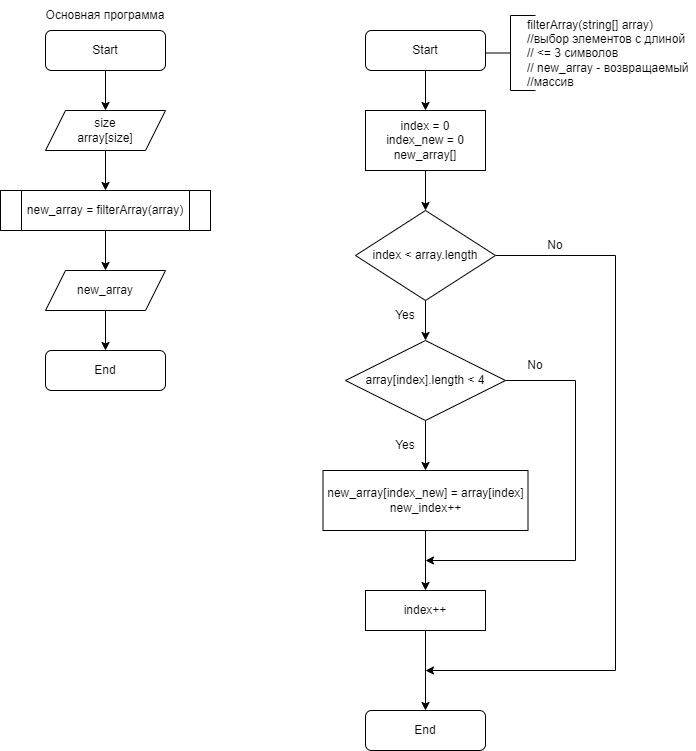
This is array_filter_alogrithm.png from ilkazakovgh/intro_final_work, a draw.io export, as it was before one commit. Source tidied: cells renumbered, new cells last; positions are measured from the earlier drawing's top-left corner, leaving out a move shared by most shapes.
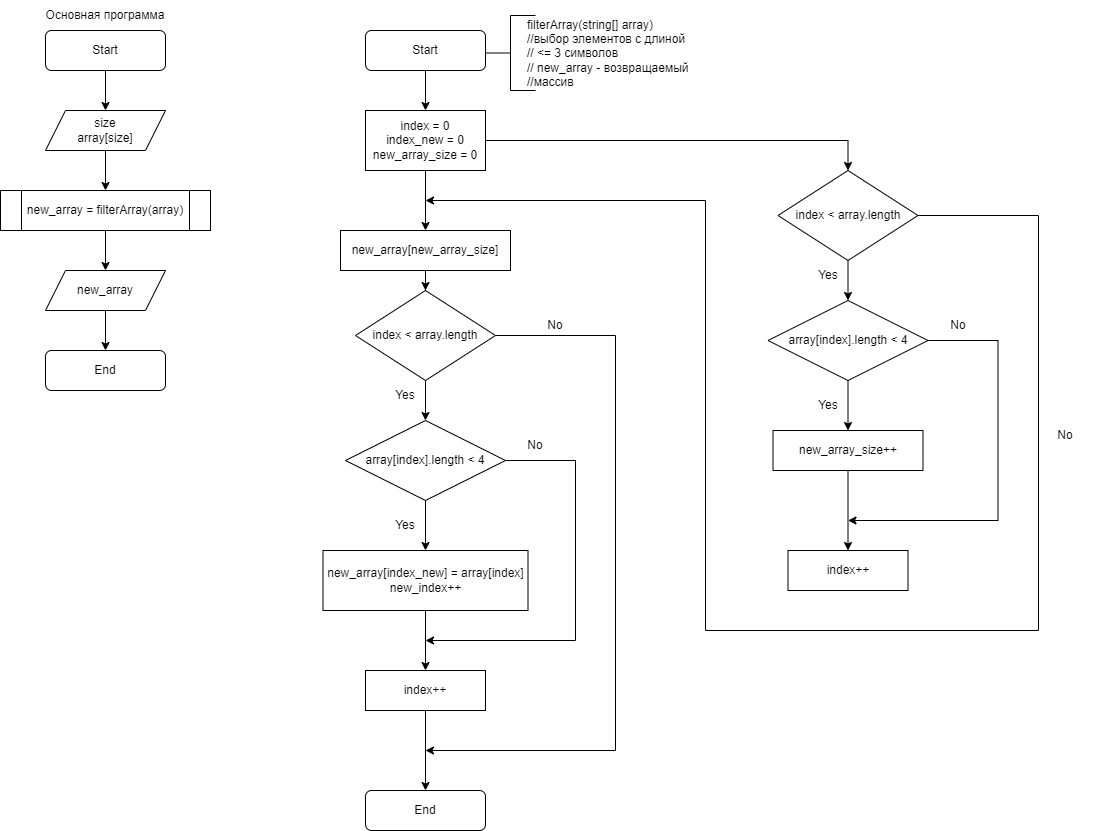
The same diagram one commit later.

Change to the diagram source:
```diff
@@ -42,10 +42,13 @@
     <mxCell id="13" value="Start" style="rounded=1;whiteSpace=wrap;html=1;" parent="1" vertex="1">
       <mxGeometry x="365" y="30" width="120" height="40" as="geometry" />
     </mxCell>
-    <mxCell id="14" style="edgeStyle=orthogonalEdgeStyle;rounded=0;jettySize=auto;html=1;" parent="1" edge="1" source="15" target="20">
+    <mxCell id="14" style="edgeStyle=orthogonalEdgeStyle;rounded=0;jettySize=auto;html=1;entryX=0.5;entryY=0;entryDx=0;entryDy=0;" parent="1" edge="1" source="15" target="36">
       <mxGeometry relative="1" as="geometry" />
     </mxCell>
+    <mxCell id="33" style="edgeStyle=orthogonalEdgeStyle;rounded=0;jettySize=auto;html=1;" parent="1" edge="1" source="15" target="48">
+      <mxGeometry relative="1" as="geometry" />
+    </mxCell>
-    <mxCell id="15" value="index = 0&lt;br&gt;index_new = 0&lt;br&gt;new_array[]" style="rounded=0;whiteSpace=wrap;html=1;" parent="1" vertex="1">
+    <mxCell id="15" value="index = 0&lt;br&gt;index_new = 0&lt;br&gt;new_array_size = 0" style="rounded=0;whiteSpace=wrap;html=1;" parent="1" vertex="1">
       <mxGeometry x="365" y="110" width="120" height="60" as="geometry" />
     </mxCell>
     <mxCell id="16" value="new_array = filterArray(array)" style="shape=process;whiteSpace=wrap;html=1;backgroundOutline=1;" parent="1" vertex="1">
@@ -56,10 +59,10 @@
     </mxCell>
     <mxCell id="18" style="edgeStyle=orthogonalEdgeStyle;rounded=0;jettySize=auto;html=1;exitX=1;exitY=0.5;exitDx=0;exitDy=0;" parent="1" edge="1" source="20">
       <mxGeometry relative="1" as="geometry">
-        <mxPoint x="425" y="670" as="targetPoint" />
+        <mxPoint x="425" y="750" as="targetPoint" />
         <Array as="points">
-          <mxPoint x="615" y="255" />
-          <mxPoint x="615" y="670" />
+          <mxPoint x="615" y="335" />
+          <mxPoint x="615" y="750" />
         </Array>
       </mxGeometry>
     </mxCell>
@@ -67,51 +70,112 @@
       <mxGeometry relative="1" as="geometry" />
     </mxCell>
     <mxCell id="20" value="index &amp;lt; array.length" style="rhombus;whiteSpace=wrap;html=1;" parent="1" vertex="1">
-      <mxGeometry x="355" y="210" width="140" height="90" as="geometry" />
+      <mxGeometry x="355" y="290" width="140" height="90" as="geometry" />
     </mxCell>
     <mxCell id="21" value="End" style="rounded=1;whiteSpace=wrap;html=1;" parent="1" vertex="1">
-      <mxGeometry x="365" y="710" width="120" height="40" as="geometry" />
+      <mxGeometry x="365" y="790" width="120" height="40" as="geometry" />
     </mxCell>
     <mxCell id="22" value="No" style="text;html=1;strokeColor=none;fillColor=none;align=center;verticalAlign=middle;whiteSpace=wrap;rounded=0;" parent="1" vertex="1">
-      <mxGeometry x="525" y="230" width="60" height="30" as="geometry" />
+      <mxGeometry x="525" y="310" width="60" height="30" as="geometry" />
     </mxCell>
     <mxCell id="23" style="edgeStyle=orthogonalEdgeStyle;rounded=0;jettySize=auto;html=1;" parent="1" edge="1" source="25" target="27">
       <mxGeometry relative="1" as="geometry" />
     </mxCell>
     <mxCell id="24" style="edgeStyle=orthogonalEdgeStyle;rounded=0;jettySize=auto;html=1;" parent="1" edge="1" source="25">
       <mxGeometry relative="1" as="geometry">
-        <mxPoint x="425" y="560" as="targetPoint" />
+        <mxPoint x="425" y="640" as="targetPoint" />
         <Array as="points">
-          <mxPoint x="575" y="380" />
-          <mxPoint x="575" y="560" />
+          <mxPoint x="575" y="460" />
+          <mxPoint x="575" y="640" />
         </Array>
       </mxGeometry>
     </mxCell>
     <mxCell id="25" value="array[index].length &amp;lt; 4" style="rhombus;whiteSpace=wrap;html=1;" parent="1" vertex="1">
-      <mxGeometry x="345" y="340" width="160" height="80" as="geometry" />
+      <mxGeometry x="345" y="420" width="160" height="80" as="geometry" />
     </mxCell>
     <mxCell id="26" style="edgeStyle=orthogonalEdgeStyle;rounded=0;jettySize=auto;html=1;" parent="1" edge="1" source="27">
       <mxGeometry relative="1" as="geometry">
-        <mxPoint x="425" y="590" as="targetPoint" />
+        <mxPoint x="425" y="670" as="targetPoint" />
       </mxGeometry>
     </mxCell>
     <mxCell id="27" value="new_array[index_new] = array[index]&lt;br&gt;new_index++" style="whiteSpace=wrap;html=1;" parent="1" vertex="1">
-      <mxGeometry x="322.5" y="470" width="205" height="60" as="geometry" />
+      <mxGeometry x="322.5" y="550" width="205" height="60" as="geometry" />
     </mxCell>
     <mxCell id="28" value="Yes" style="text;html=1;strokeColor=none;fillColor=none;align=center;verticalAlign=middle;whiteSpace=wrap;rounded=0;" parent="1" vertex="1">
-      <mxGeometry x="375" y="430" width="60" height="30" as="geometry" />
+      <mxGeometry x="375" y="510" width="60" height="30" as="geometry" />
     </mxCell>
     <mxCell id="29" style="edgeStyle=orthogonalEdgeStyle;rounded=0;jettySize=auto;html=1;" parent="1" edge="1" source="30" target="21">
       <mxGeometry relative="1" as="geometry" />
     </mxCell>
     <mxCell id="30" value="index++" style="whiteSpace=wrap;html=1;" parent="1" vertex="1">
-      <mxGeometry x="365" y="590" width="120" height="40" as="geometry" />
+      <mxGeometry x="365" y="670" width="120" height="40" as="geometry" />
     </mxCell>
     <mxCell id="31" value="No" style="text;html=1;strokeColor=none;fillColor=none;align=center;verticalAlign=middle;whiteSpace=wrap;rounded=0;" parent="1" vertex="1">
-      <mxGeometry x="505" y="350" width="60" height="30" as="geometry" />
+      <mxGeometry x="505" y="430" width="60" height="30" as="geometry" />
     </mxCell>
     <mxCell id="32" value="Yes" style="text;html=1;strokeColor=none;fillColor=none;align=center;verticalAlign=middle;whiteSpace=wrap;rounded=0;" parent="1" vertex="1">
-      <mxGeometry x="375" y="300" width="60" height="30" as="geometry" />
+      <mxGeometry x="375" y="380" width="60" height="30" as="geometry" />
     </mxCell>
+    <mxCell id="34" style="edgeStyle=orthogonalEdgeStyle;rounded=0;jettySize=auto;html=1;exitX=1;exitY=0.5;exitDx=0;exitDy=0;" parent="1" edge="1" source="36">
+      <mxGeometry relative="1" as="geometry">
+        <mxPoint x="425" y="200" as="targetPoint" />
+        <Array as="points">
+          <mxPoint x="1038" y="215" />
+          <mxPoint x="1038" y="630" />
+          <mxPoint x="705" y="630" />
+          <mxPoint x="705" y="200" />
+        </Array>
+      </mxGeometry>
+    </mxCell>
+    <mxCell id="35" style="edgeStyle=orthogonalEdgeStyle;rounded=0;jettySize=auto;html=1;" parent="1" edge="1" source="36" target="40">
+      <mxGeometry relative="1" as="geometry" />
+    </mxCell>
+    <mxCell id="36" value="index &amp;lt; array.length" style="rhombus;whiteSpace=wrap;html=1;" parent="1" vertex="1">
+      <mxGeometry x="777.5" y="170" width="140" height="90" as="geometry" />
+    </mxCell>
+    <mxCell id="37" value="No" style="text;html=1;strokeColor=none;fillColor=none;align=center;verticalAlign=middle;whiteSpace=wrap;rounded=0;" parent="1" vertex="1">
+      <mxGeometry x="1035" y="420" width="60" height="30" as="geometry" />
+    </mxCell>
+    <mxCell id="38" style="edgeStyle=orthogonalEdgeStyle;rounded=0;jettySize=auto;html=1;" parent="1" edge="1" source="40" target="42">
+      <mxGeometry relative="1" as="geometry" />
+    </mxCell>
+    <mxCell id="39" style="edgeStyle=orthogonalEdgeStyle;rounded=0;jettySize=auto;html=1;" parent="1" edge="1" source="40">
+      <mxGeometry relative="1" as="geometry">
+        <mxPoint x="847.5" y="520" as="targetPoint" />
+        <Array as="points">
+          <mxPoint x="997.5" y="340" />
+          <mxPoint x="997.5" y="520" />
+        </Array>
+      </mxGeometry>
+    </mxCell>
+    <mxCell id="40" value="array[index].length &amp;lt; 4" style="rhombus;whiteSpace=wrap;html=1;" parent="1" vertex="1">
+      <mxGeometry x="767.5" y="300" width="160" height="80" as="geometry" />
+    </mxCell>
+    <mxCell id="41" style="edgeStyle=orthogonalEdgeStyle;rounded=0;jettySize=auto;html=1;" parent="1" edge="1" source="42">
+      <mxGeometry relative="1" as="geometry">
+        <mxPoint x="847.5" y="550" as="targetPoint" />
+      </mxGeometry>
+    </mxCell>
+    <mxCell id="42" value="new_array_size++" style="whiteSpace=wrap;html=1;" parent="1" vertex="1">
+      <mxGeometry x="772.5" y="430" width="150" height="40" as="geometry" />
+    </mxCell>
+    <mxCell id="43" value="Yes" style="text;html=1;strokeColor=none;fillColor=none;align=center;verticalAlign=middle;whiteSpace=wrap;rounded=0;" parent="1" vertex="1">
+      <mxGeometry x="797.5" y="390" width="60" height="30" as="geometry" />
+    </mxCell>
+    <mxCell id="44" value="index++" style="whiteSpace=wrap;html=1;" parent="1" vertex="1">
+      <mxGeometry x="787.5" y="550" width="120" height="40" as="geometry" />
+    </mxCell>
+    <mxCell id="45" value="No" style="text;html=1;strokeColor=none;fillColor=none;align=center;verticalAlign=middle;whiteSpace=wrap;rounded=0;" parent="1" vertex="1">
+      <mxGeometry x="927.5" y="310" width="60" height="30" as="geometry" />
+    </mxCell>
+    <mxCell id="46" value="Yes" style="text;html=1;strokeColor=none;fillColor=none;align=center;verticalAlign=middle;whiteSpace=wrap;rounded=0;" parent="1" vertex="1">
+      <mxGeometry x="797.5" y="260" width="60" height="30" as="geometry" />
+    </mxCell>
+    <mxCell id="47" style="edgeStyle=orthogonalEdgeStyle;rounded=0;jettySize=auto;html=1;" parent="1" edge="1" source="48" target="20">
+      <mxGeometry relative="1" as="geometry" />
+    </mxCell>
+    <mxCell id="48" value="new_array[new_array_size]" style="whiteSpace=wrap;html=1;rounded=0;" parent="1" vertex="1">
+      <mxGeometry x="340" y="230" width="170" height="40" as="geometry" />
+    </mxCell>
   </root>
 </mxGraphModel>
```
